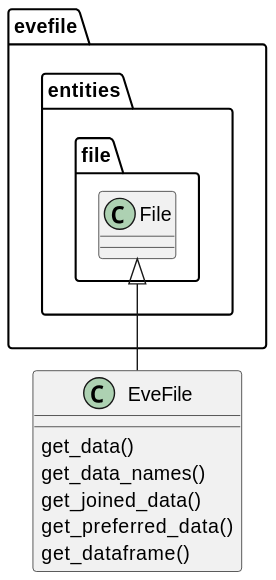
Before: docs/uml/evefile.boundaries.evefile.svg, a diagram exported from PlantUML (tillbiskup/evefile).
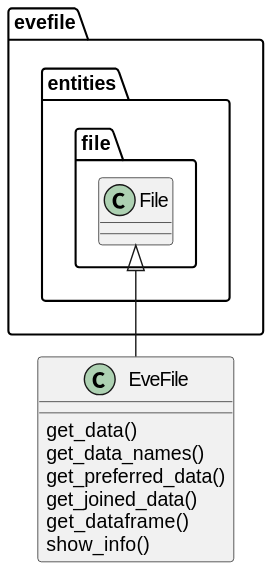
Above is the later version.

Commit message:
Add show_info method displaying basic info of the contents of a loaded file

What changed in the source:
```diff
@@ -3,8 +3,9 @@
 class EveFile extends evefile.entities.file.File {
     get_data()
     get_data_names()
+    get_preferred_data()
     get_joined_data()
-    get_preferred_data()
     get_dataframe()
+    show_info()
 }
 @enduml
```
